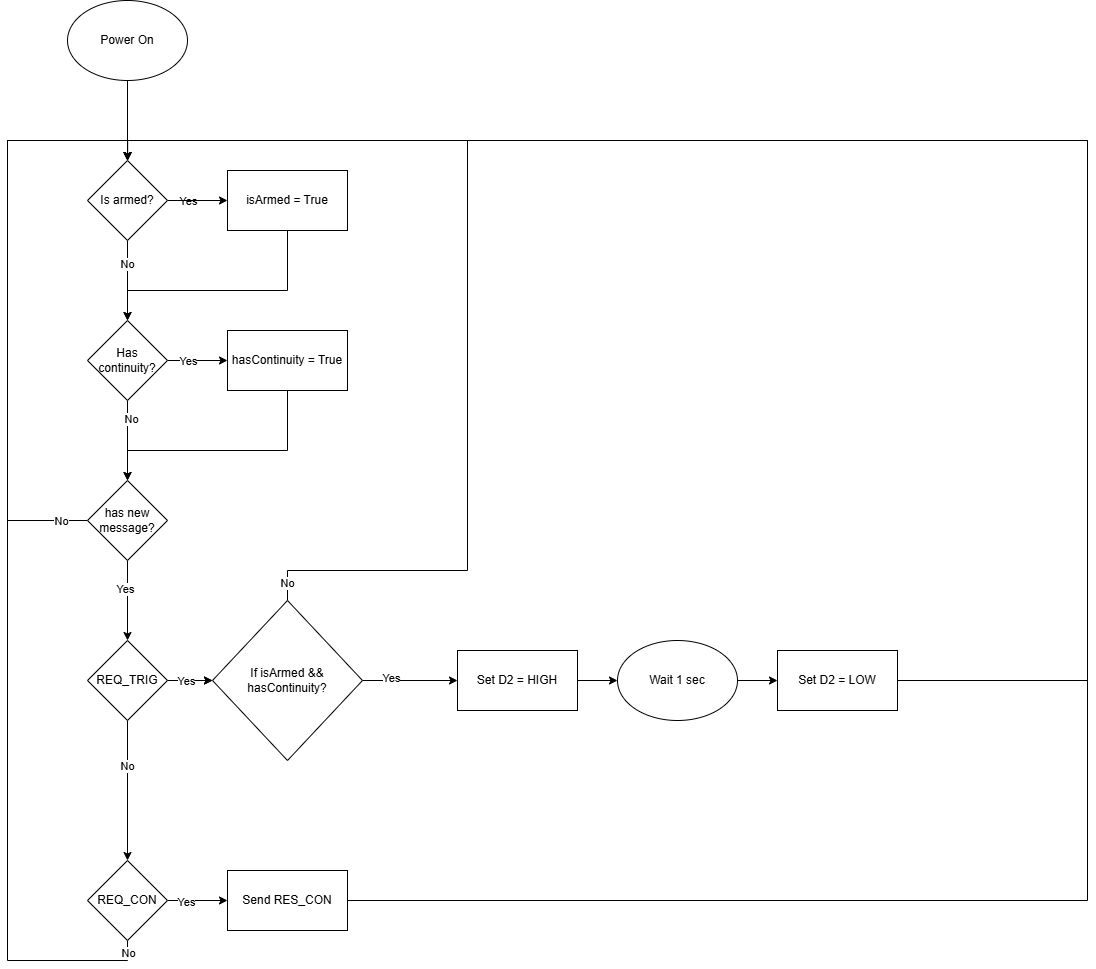
Before: Code/DesignDocs/Launch_Box_Software_Flow_diagram.drawio.png, a diagram exported from draw.io (Pioneer-Rocketry/launch-box). Source tidied: cells renumbered, new cells last; positions are measured from the earlier drawing's top-left corner, leaving out a move shared by most shapes.
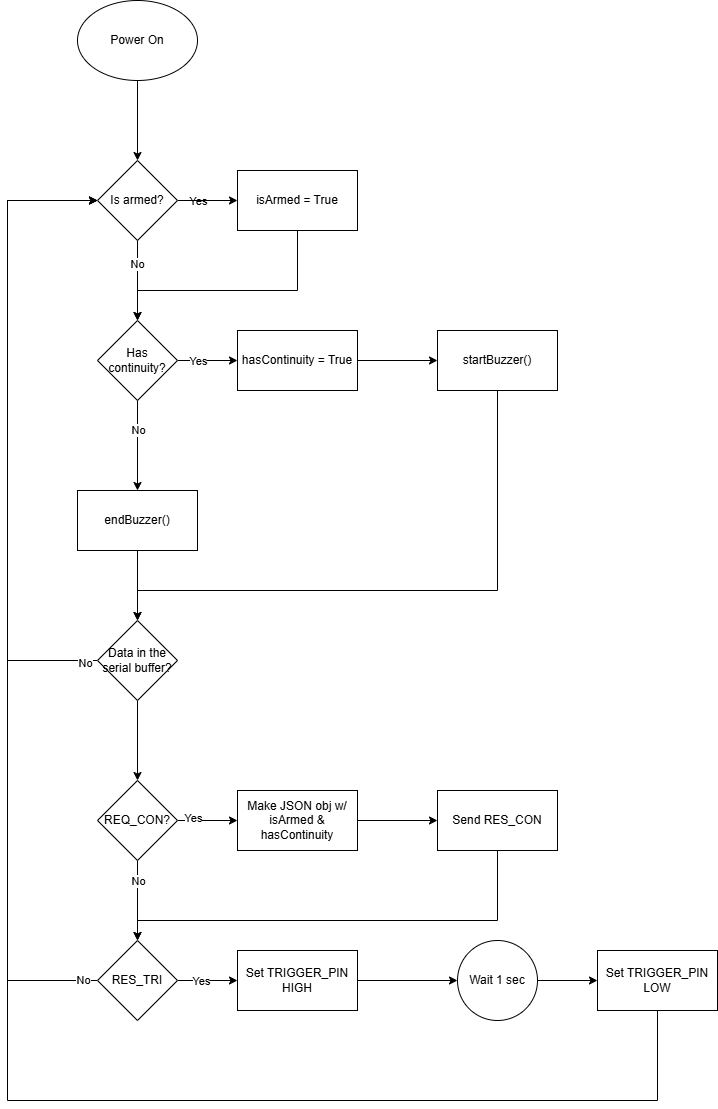
The same file after the commit.

Commit message:
Updated flow diagrams

What changed in the source:
```diff
@@ -11,14 +11,14 @@
     <mxCell id="4" style="edgeStyle=orthogonalEdgeStyle;rounded=0;jettySize=auto;html=1;" parent="1" edge="1" source="8" target="13">
       <mxGeometry relative="1" as="geometry" />
     </mxCell>
-    <mxCell id="5" value="Yes" style="edgeLabel;html=1;align=center;verticalAlign=middle;" parent="4" vertex="1">
-      <mxGeometry x="-0.42" y="1" relative="1" as="geometry">
-        <mxPoint x="59" y="-63" as="offset" />
-      </mxGeometry>
-    </mxCell>
-    <mxCell id="6" value="No" style="edgeLabel;html=1;align=center;verticalAlign=middle;" parent="4" vertex="1">
-      <mxGeometry x="-0.42" y="-1" relative="1" as="geometry" />
-    </mxCell>
+    <mxCell id="47" value="Yes" style="edgeLabel;html=1;align=center;verticalAlign=middle;" parent="4" vertex="1">
+      <mxGeometry x="-0.42" y="1" relative="1" as="geometry">
+        <mxPoint x="59" y="-63" as="offset" />
+      </mxGeometry>
+    </mxCell>
+    <mxCell id="48" value="No" style="edgeLabel;html=1;align=center;verticalAlign=middle;" parent="4" vertex="1">
+      <mxGeometry x="-0.42" y="-1" relative="1" as="geometry" />
+    </mxCell>
     <mxCell id="7" style="edgeStyle=orthogonalEdgeStyle;rounded=0;jettySize=auto;html=1;" parent="1" edge="1" source="8" target="15">
       <mxGeometry relative="1" as="geometry" />
     </mxCell>
@@ -28,17 +28,17 @@
     <mxCell id="9" style="edgeStyle=orthogonalEdgeStyle;rounded=0;jettySize=auto;html=1;" parent="1" edge="1" source="13" target="17">
       <mxGeometry relative="1" as="geometry" />
     </mxCell>
-    <mxCell id="10" value="Yes" style="edgeLabel;html=1;align=center;verticalAlign=middle;" parent="9" vertex="1">
-      <mxGeometry x="0.23" y="2" relative="1" as="geometry">
-        <mxPoint x="-17" y="2" as="offset" />
-      </mxGeometry>
-    </mxCell>
-    <mxCell id="11" style="edgeStyle=orthogonalEdgeStyle;rounded=0;jettySize=auto;html=1;" parent="1" edge="1" source="13" target="22">
-      <mxGeometry relative="1" as="geometry" />
-    </mxCell>
-    <mxCell id="12" value="No" style="edgeLabel;html=1;align=center;verticalAlign=middle;" parent="11" vertex="1">
-      <mxGeometry x="-0.53" y="3" relative="1" as="geometry" />
-    </mxCell>
+    <mxCell id="49" value="Yes" style="edgeLabel;html=1;align=center;verticalAlign=middle;" parent="9" vertex="1">
+      <mxGeometry x="0.23" y="2" relative="1" as="geometry">
+        <mxPoint x="-17" y="2" as="offset" />
+      </mxGeometry>
+    </mxCell>
+    <mxCell id="50" style="edgeStyle=orthogonalEdgeStyle;rounded=0;jettySize=auto;html=1;" parent="1" edge="1" source="13" target="56">
+      <mxGeometry relative="1" as="geometry" />
+    </mxCell>
+    <mxCell id="51" value="No" style="edgeLabel;html=1;align=center;verticalAlign=middle;" parent="50" vertex="1">
+      <mxGeometry x="-0.35" relative="1" as="geometry" />
+    </mxCell>
     <mxCell id="13" value="Has continuity?" style="rhombus;whiteSpace=wrap;html=1;" parent="1" vertex="1">
       <mxGeometry x="80" y="320" width="80" height="80" as="geometry" />
     </mxCell>
@@ -53,138 +53,123 @@
     <mxCell id="15" value="isArmed = True" style="whiteSpace=wrap;html=1;" parent="1" vertex="1">
       <mxGeometry x="220" y="170" width="120" height="60" as="geometry" />
     </mxCell>
-    <mxCell id="16" style="edgeStyle=orthogonalEdgeStyle;rounded=0;jettySize=auto;html=1;" parent="1" edge="1" source="17">
-      <mxGeometry relative="1" as="geometry">
-        <mxPoint x="120" y="480" as="targetPoint" />
-        <Array as="points">
-          <mxPoint x="280" y="450" />
-          <mxPoint x="120" y="450" />
-        </Array>
-      </mxGeometry>
-    </mxCell>
+    <mxCell id="52" style="edgeStyle=orthogonalEdgeStyle;rounded=0;jettySize=auto;html=1;" parent="1" edge="1" source="17" target="54">
+      <mxGeometry relative="1" as="geometry" />
+    </mxCell>
     <mxCell id="17" value="hasContinuity = True" style="whiteSpace=wrap;html=1;" parent="1" vertex="1">
       <mxGeometry x="220" y="330" width="120" height="60" as="geometry" />
     </mxCell>
-    <mxCell id="18" style="edgeStyle=orthogonalEdgeStyle;rounded=0;jettySize=auto;html=1;entryX=0.5;entryY=0;entryDx=0;entryDy=0;" parent="1" edge="1" source="22" target="8">
-      <mxGeometry relative="1" as="geometry">
-        <Array as="points">
-          <mxPoint y="520" />
-          <mxPoint y="140" />
-          <mxPoint x="120" y="140" />
-        </Array>
-      </mxGeometry>
-    </mxCell>
-    <mxCell id="19" value="No" style="edgeLabel;html=1;align=center;verticalAlign=middle;" parent="18" vertex="1">
-      <mxGeometry x="-0.91" relative="1" as="geometry" />
-    </mxCell>
-    <mxCell id="20" style="edgeStyle=orthogonalEdgeStyle;rounded=0;jettySize=auto;html=1;" parent="1" edge="1" source="22" target="28">
-      <mxGeometry relative="1" as="geometry" />
-    </mxCell>
-    <mxCell id="21" value="Yes" style="edgeLabel;html=1;align=center;verticalAlign=middle;" parent="20" vertex="1">
-      <mxGeometry x="-0.28" y="-3" relative="1" as="geometry" />
-    </mxCell>
-    <mxCell id="22" value="has new message?" style="rhombus;whiteSpace=wrap;html=1;" parent="1" vertex="1">
-      <mxGeometry x="80" y="480" width="80" height="80" as="geometry" />
-    </mxCell>
-    <mxCell id="23" style="edgeStyle=orthogonalEdgeStyle;rounded=0;jettySize=auto;html=1;" parent="1" edge="1" source="28" target="33">
-      <mxGeometry relative="1" as="geometry" />
-    </mxCell>
-    <mxCell id="24" value="No" style="edgeLabel;html=1;align=center;verticalAlign=middle;" parent="23" vertex="1">
-      <mxGeometry x="-0.35" y="-1" relative="1" as="geometry" />
-    </mxCell>
-    <mxCell id="25" style="edgeStyle=orthogonalEdgeStyle;rounded=0;jettySize=auto;html=1;" parent="1" edge="1" source="28" target="38">
-      <mxGeometry relative="1" as="geometry" />
-    </mxCell>
-    <mxCell id="26" style="edgeStyle=orthogonalEdgeStyle;rounded=0;jettySize=auto;html=1;" parent="1" edge="1" source="28" target="38">
-      <mxGeometry relative="1" as="geometry" />
-    </mxCell>
-    <mxCell id="27" value="Yes" style="edgeLabel;html=1;align=center;verticalAlign=middle;" parent="26" vertex="1">
-      <mxGeometry x="-0.17" relative="1" as="geometry" />
-    </mxCell>
-    <mxCell id="28" value="REQ_TRIG" style="rhombus;whiteSpace=wrap;html=1;" parent="1" vertex="1">
-      <mxGeometry x="80" y="640" width="80" height="80" as="geometry" />
-    </mxCell>
-    <mxCell id="29" style="edgeStyle=orthogonalEdgeStyle;rounded=0;jettySize=auto;html=1;" parent="1" edge="1" source="33" target="43">
-      <mxGeometry relative="1" as="geometry" />
-    </mxCell>
-    <mxCell id="30" value="Yes" style="edgeLabel;html=1;align=center;verticalAlign=middle;" parent="29" vertex="1">
-      <mxGeometry x="-0.4" y="-1" relative="1" as="geometry" />
-    </mxCell>
-    <mxCell id="31" style="edgeStyle=orthogonalEdgeStyle;rounded=0;jettySize=auto;html=1;exitX=0.5;exitY=1;exitDx=0;exitDy=0;" parent="1" edge="1" source="33">
-      <mxGeometry relative="1" as="geometry">
-        <mxPoint x="120.1" y="160" as="targetPoint" />
-        <Array as="points">
-          <mxPoint x="120" y="960" />
-          <mxPoint y="960" />
-          <mxPoint y="140" />
-          <mxPoint x="120" y="140" />
-        </Array>
-      </mxGeometry>
-    </mxCell>
-    <mxCell id="32" value="No" style="edgeLabel;html=1;align=center;verticalAlign=middle;" parent="31" vertex="1">
-      <mxGeometry x="-0.98" relative="1" as="geometry" />
-    </mxCell>
-    <mxCell id="33" value="REQ_CON" style="rhombus;whiteSpace=wrap;html=1;" parent="1" vertex="1">
-      <mxGeometry x="80" y="860" width="80" height="80" as="geometry" />
-    </mxCell>
-    <mxCell id="34" style="edgeStyle=orthogonalEdgeStyle;rounded=0;jettySize=auto;html=1;" parent="1" edge="1" source="38" target="41">
-      <mxGeometry relative="1" as="geometry" />
-    </mxCell>
-    <mxCell id="35" value="Yes" style="edgeLabel;html=1;align=center;verticalAlign=middle;" parent="34" vertex="1">
-      <mxGeometry x="-0.41" y="3" relative="1" as="geometry" />
-    </mxCell>
-    <mxCell id="36" style="edgeStyle=orthogonalEdgeStyle;rounded=0;jettySize=auto;html=1;entryX=0.5;entryY=0;entryDx=0;entryDy=0;" parent="1" edge="1" source="38" target="8">
-      <mxGeometry relative="1" as="geometry">
-        <Array as="points">
-          <mxPoint x="280" y="570" />
-          <mxPoint x="460" y="570" />
-          <mxPoint x="460" y="140" />
-          <mxPoint x="120" y="140" />
-        </Array>
-      </mxGeometry>
-    </mxCell>
-    <mxCell id="37" value="No" style="edgeLabel;html=1;align=center;verticalAlign=middle;" parent="36" vertex="1">
-      <mxGeometry x="-0.96" y="1" relative="1" as="geometry" />
-    </mxCell>
-    <mxCell id="38" value="If isArmed &amp;amp;&amp;amp; hasContinuity?" style="rhombus;whiteSpace=wrap;html=1;" parent="1" vertex="1">
-      <mxGeometry x="205" y="600" width="150" height="160" as="geometry" />
-    </mxCell>
-    <mxCell id="39" style="edgeStyle=orthogonalEdgeStyle;rounded=0;jettySize=auto;html=1;exitX=1;exitY=0.5;exitDx=0;exitDy=0;" parent="1" edge="1" source="46">
-      <mxGeometry relative="1" as="geometry">
-        <mxPoint x="120" y="160" as="targetPoint" />
-        <Array as="points">
-          <mxPoint x="1080" y="680" />
-          <mxPoint x="1080" y="140" />
-          <mxPoint x="120" y="140" />
-        </Array>
-      </mxGeometry>
-    </mxCell>
-    <mxCell id="40" style="edgeStyle=orthogonalEdgeStyle;rounded=0;jettySize=auto;html=1;exitX=1;exitY=0.5;exitDx=0;exitDy=0;entryX=0;entryY=0.5;entryDx=0;entryDy=0;" parent="1" edge="1" source="41" target="45">
-      <mxGeometry relative="1" as="geometry" />
-    </mxCell>
-    <mxCell id="41" value="Set D2 = HIGH" style="whiteSpace=wrap;html=1;" parent="1" vertex="1">
-      <mxGeometry x="450" y="650" width="120" height="60" as="geometry" />
-    </mxCell>
-    <mxCell id="42" style="edgeStyle=orthogonalEdgeStyle;rounded=0;jettySize=auto;html=1;entryX=0.5;entryY=0;entryDx=0;entryDy=0;" parent="1" edge="1" source="43" target="8">
-      <mxGeometry relative="1" as="geometry">
-        <Array as="points">
-          <mxPoint x="1080" y="900" />
-          <mxPoint x="1080" y="140" />
-          <mxPoint x="120" y="140" />
-        </Array>
-      </mxGeometry>
-    </mxCell>
+    <mxCell id="53" style="edgeStyle=orthogonalEdgeStyle;rounded=0;jettySize=auto;html=1;entryX=0.5;entryY=0;entryDx=0;entryDy=0;" parent="1" edge="1" source="54" target="60">
+      <mxGeometry relative="1" as="geometry">
+        <Array as="points">
+          <mxPoint x="480" y="590" />
+          <mxPoint x="120" y="590" />
+        </Array>
+      </mxGeometry>
+    </mxCell>
+    <mxCell id="54" value="startBuzzer()" style="whiteSpace=wrap;html=1;" parent="1" vertex="1">
+      <mxGeometry x="420" y="330" width="120" height="60" as="geometry" />
+    </mxCell>
+    <mxCell id="55" style="edgeStyle=orthogonalEdgeStyle;rounded=0;jettySize=auto;html=1;" parent="1" edge="1" source="56" target="60">
+      <mxGeometry relative="1" as="geometry" />
+    </mxCell>
+    <mxCell id="56" value="endBuzzer()" style="whiteSpace=wrap;html=1;" parent="1" vertex="1">
+      <mxGeometry x="60" y="490" width="120" height="60" as="geometry" />
+    </mxCell>
+    <mxCell id="57" style="edgeStyle=orthogonalEdgeStyle;rounded=0;jettySize=auto;html=1;entryX=0;entryY=0.5;entryDx=0;entryDy=0;" parent="1" edge="1" source="60" target="8">
+      <mxGeometry relative="1" as="geometry">
+        <Array as="points">
+          <mxPoint x="-10" y="660" />
+          <mxPoint x="-10" y="200" />
+        </Array>
+      </mxGeometry>
+    </mxCell>
+    <mxCell id="58" value="No" style="edgeLabel;html=1;align=center;verticalAlign=middle;" parent="57" vertex="1">
+      <mxGeometry x="-0.96" y="2" relative="1" as="geometry" />
+    </mxCell>
+    <mxCell id="59" style="edgeStyle=orthogonalEdgeStyle;rounded=0;jettySize=auto;html=1;" parent="1" edge="1" source="60" target="65">
+      <mxGeometry relative="1" as="geometry" />
+    </mxCell>
+    <mxCell id="60" value="Data in the serial buffer?" style="rhombus;whiteSpace=wrap;html=1;" parent="1" vertex="1">
+      <mxGeometry x="80" y="620" width="80" height="80" as="geometry" />
+    </mxCell>
+    <mxCell id="61" style="edgeStyle=orthogonalEdgeStyle;rounded=0;jettySize=auto;html=1;" parent="1" edge="1" source="65" target="67">
+      <mxGeometry relative="1" as="geometry" />
+    </mxCell>
+    <mxCell id="62" value="Yes" style="edgeLabel;html=1;align=center;verticalAlign=middle;" parent="61" vertex="1">
+      <mxGeometry x="-0.49" y="3" relative="1" as="geometry" />
+    </mxCell>
+    <mxCell id="63" style="edgeStyle=orthogonalEdgeStyle;rounded=0;jettySize=auto;html=1;" parent="1" edge="1" source="65" target="73">
+      <mxGeometry relative="1" as="geometry" />
+    </mxCell>
+    <mxCell id="64" value="No" style="edgeLabel;html=1;align=center;verticalAlign=middle;" parent="63" vertex="1">
+      <mxGeometry x="-0.27" y="-2" relative="1" as="geometry">
+        <mxPoint x="2" y="-9" as="offset" />
+      </mxGeometry>
+    </mxCell>
+    <mxCell id="65" value="REQ_CON?" style="rhombus;whiteSpace=wrap;html=1;" parent="1" vertex="1">
+      <mxGeometry x="80" y="780" width="80" height="80" as="geometry" />
+    </mxCell>
+    <mxCell id="66" style="edgeStyle=orthogonalEdgeStyle;rounded=0;jettySize=auto;html=1;" parent="1" edge="1" source="67" target="43">
+      <mxGeometry relative="1" as="geometry" />
+    </mxCell>
+    <mxCell id="67" value="Make JSON obj w/&lt;div&gt;isArmed &amp;amp; hasContinuity&lt;/div&gt;" style="whiteSpace=wrap;html=1;" parent="1" vertex="1">
+      <mxGeometry x="220" y="790" width="120" height="60" as="geometry" />
+    </mxCell>
+    <mxCell id="68" style="edgeStyle=orthogonalEdgeStyle;rounded=0;jettySize=auto;html=1;entryX=0.5;entryY=0;entryDx=0;entryDy=0;" parent="1" edge="1" source="43" target="73">
+      <mxGeometry relative="1" as="geometry">
+        <Array as="points">
+          <mxPoint x="480" y="920" />
+          <mxPoint x="120" y="920" />
+        </Array>
+      </mxGeometry>
+    </mxCell>
     <mxCell id="43" value="Send RES_CON" style="whiteSpace=wrap;html=1;" parent="1" vertex="1">
-      <mxGeometry x="220" y="870" width="120" height="60" as="geometry" />
+      <mxGeometry x="420" y="790" width="120" height="60" as="geometry" />
     </mxCell>
-    <mxCell id="44" style="edgeStyle=orthogonalEdgeStyle;rounded=0;jettySize=auto;html=1;exitX=1;exitY=0.5;exitDx=0;exitDy=0;entryX=0;entryY=0.5;entryDx=0;entryDy=0;" parent="1" edge="1" source="45" target="46">
-      <mxGeometry relative="1" as="geometry" />
-    </mxCell>
+    <mxCell id="69" style="edgeStyle=orthogonalEdgeStyle;rounded=0;jettySize=auto;html=1;" parent="1" edge="1" source="73" target="75">
+      <mxGeometry relative="1" as="geometry" />
+    </mxCell>
+    <mxCell id="70" value="Yes" style="edgeLabel;html=1;align=center;verticalAlign=middle;" parent="69" vertex="1">
+      <mxGeometry x="-0.24" relative="1" as="geometry" />
+    </mxCell>
+    <mxCell id="71" style="edgeStyle=orthogonalEdgeStyle;rounded=0;jettySize=auto;html=1;entryX=0;entryY=0.5;entryDx=0;entryDy=0;" parent="1" edge="1" source="73" target="8">
+      <mxGeometry relative="1" as="geometry">
+        <Array as="points">
+          <mxPoint x="-10" y="980" />
+          <mxPoint x="-10" y="200" />
+        </Array>
+      </mxGeometry>
+    </mxCell>
+    <mxCell id="72" value="No" style="edgeLabel;html=1;align=center;verticalAlign=middle;" parent="71" vertex="1">
+      <mxGeometry x="-0.97" y="-1" relative="1" as="geometry" />
+    </mxCell>
+    <mxCell id="73" value="RES_TRI" style="rhombus;whiteSpace=wrap;html=1;" parent="1" vertex="1">
+      <mxGeometry x="80" y="940" width="80" height="80" as="geometry" />
+    </mxCell>
+    <mxCell id="74" style="edgeStyle=orthogonalEdgeStyle;rounded=0;jettySize=auto;html=1;" parent="1" edge="1" source="75" target="45">
+      <mxGeometry relative="1" as="geometry" />
+    </mxCell>
+    <mxCell id="75" value="Set TRIGGER_PIN HIGH" style="whiteSpace=wrap;html=1;" parent="1" vertex="1">
+      <mxGeometry x="220" y="950" width="120" height="60" as="geometry" />
+    </mxCell>
+    <mxCell id="76" style="edgeStyle=orthogonalEdgeStyle;rounded=0;jettySize=auto;html=1;entryX=0;entryY=0.5;entryDx=0;entryDy=0;" parent="1" edge="1" source="45" target="78">
+      <mxGeometry relative="1" as="geometry" />
+    </mxCell>
     <mxCell id="45" value="Wait 1 sec" style="ellipse;whiteSpace=wrap;html=1;" parent="1" vertex="1">
-      <mxGeometry x="610" y="640" width="120" height="80" as="geometry" />
+      <mxGeometry x="440" y="940" width="80" height="80" as="geometry" />
     </mxCell>
-    <mxCell id="46" value="Set D2 = LOW" style="whiteSpace=wrap;html=1;" parent="1" vertex="1">
-      <mxGeometry x="770" y="650" width="120" height="60" as="geometry" />
-    </mxCell>
+    <mxCell id="77" style="edgeStyle=orthogonalEdgeStyle;rounded=0;jettySize=auto;html=1;entryX=0;entryY=0.5;entryDx=0;entryDy=0;" parent="1" edge="1" source="78" target="8">
+      <mxGeometry relative="1" as="geometry">
+        <Array as="points">
+          <mxPoint x="640" y="1100" />
+          <mxPoint x="-10" y="1100" />
+          <mxPoint x="-10" y="200" />
+        </Array>
+      </mxGeometry>
+    </mxCell>
+    <mxCell id="78" value="Set TRIGGER_PIN LOW" style="whiteSpace=wrap;html=1;" parent="1" vertex="1">
+      <mxGeometry x="580" y="950" width="120" height="60" as="geometry" />
+    </mxCell>
   </root>
 </mxGraphModel>
```
